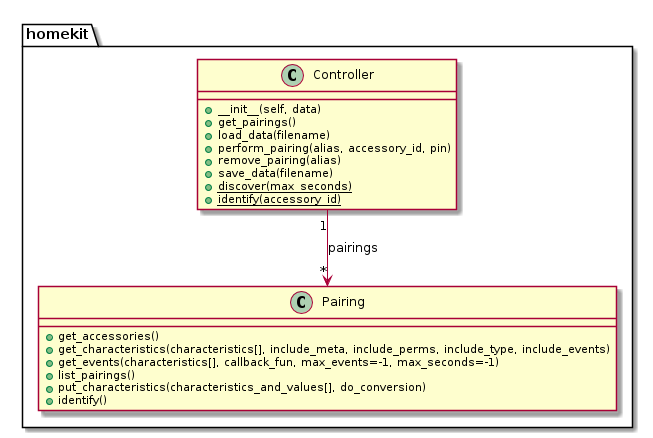
vbsoftpl/homekit_python keeps this PlantUML diagram as doc/controller.png. Above is the earlier version. The source it was exported from:
```plantuml
@startuml


package homekit {
    class AccessoryServer {
        + __init__(self, config_file, logger)
        + publish_device()
        + unpublish_device()
        + shutdown()
        + add_accessory()
        + serve_forever()
    }
    package model {
        package services {
            note as n1
                This package contains all
                services as defined in the
                spec chapter 9.
            end note
            class AbstractService {
                + iid
                + append_characteristic()
            }


            class AccessoryInformationService {
            }

            class LightBulbService {
            }

            AccessoryInformationService -up-|> AbstractService
            LightBulbService -up-|> AbstractService
            GenericService -up-|> AbstractService
        }
        package characteristics {
            note as n2
                This package contains all
                characteristics as defined in the
                spec chapter 8.
            end note

            class AbstractCharacteristic {
                + iid
                + type
                + perms
                + format
                + value
                + ev
                + description
                + unit
                + minValue
                + maxValue
                + minStep
                + maxLen
                + maxDataLen
                + valid_values
                + valid_values_range
                - _set_value_callback
                - _get_value_callback
                + set_set_value_callback(callback)
                + set_get_value_callback(callback)
                + set_events(value)
                + set_value(value)
                + get_value(value)
            }

            class OnCharacteristicMixin {
                + set_on_set_callback()
                + set_on_get_callback()
            }

            OnCharacteristic -up-|> AbstractCharacteristic

            OnCharacteristicMixin -up-> OnCharacteristic : _onCharacteristic

            GenericCharacteristic -up-|> AbstractCharacteristic
            NameCharacteristic -up-|> AbstractCharacteristic
        }

        AccessoryInformationService --> NameCharacteristic
        LightBulbService -up-|> OnCharacteristicMixin

        class Accessory {
            + aid
            + add_service()
        }
    }

    AccessoryServer --> "*" Accessory : accessories
    AbstractService -right-> "1..*" AbstractCharacteristic : characteristics
    Accessory -down-> "*" AbstractService: services

    package exceptions {
        class HomeKitException
        FormatException -up-|> HomeKitException
        class AuthenticationError
        AuthenticationError -up-|> HomeKitException
        class AccessoryNotFoundException
        class UnknownError
        class ConfigSavingException
        ConfigSavingException -up-|> HomeKitException
        class ConfigLoadingException
        ConfigLoadingException -up-|> HomeKitException
        class AlreadyPairedException
        class HomeKitConfigurationException
        HttpException -up-|> HomeKitException
    }
}

class homekit.Pairing {
    + get_accessories()
    + get_characteristics(characteristics[], include_meta, include_perms, include_type, include_events)
    + get_events(characteristics[], callback_fun, max_events=-1, max_seconds=-1)
    + list_pairings()
    + put_characteristics(characteristics_and_values[], do_conversion)
    + identify()
}

class homekit.Controller {
    + __init__(self, data)
    + get_pairings()
    + load_data(filename)
    + perform_pairing(alias, accessory_id, pin)
    + remove_pairing(alias)
    + save_data(filename)
    + {static}discover(max_seconds)
    + {static}identify(accessory_id)
}



homekit.Pairing "*" <-down- "1" homekit.Controller : pairings


class homekit.discover <<(E,#FF7700) executable>> {
    + timeout
}

homekit.discover --> homekit.Controller

class homekit.get_accessories <<(E,#FF7700) executable>> {
    + pairing_data_file
    + alias
    + output_format
}

homekit.get_accessories --> homekit.Controller

class homekit.get_characteristics <<(E,#FF7700) executable>> {
    + pairing_data_file
    + alias
    + characteristics[]
    + meta
    + permissions
    + type
    + events
}

homekit.get_characteristics --> homekit.Controller

class homekit.get_events <<(E,#FF7700) executable>> {
    + pairing_data_file
    + alias
    + characteristics[]
}

homekit.get_events --> homekit.Controller

class homekit.list_pairings <<(E,#FF7700) executable>> {
    + pairing_data_file
    + alias
}

homekit.list_pairings--> homekit.Controller

class homekit.pair <<(E,#FF7700) executable>> {
    + pairing_data_file
    + alias
    + accessory_id
    + pin
}

homekit.pair--> homekit.Controller

class homekit.put_characteristics <<(E,#FF7700) executable>> {
}

homekit.put_characteristics--> homekit.Controller

class homekit.unpair <<(E,#FF7700) executable>> {
    + pairing_data_file
    + alias
}

homekit.unpair --> homekit.Controller


hide <<executable>> methods
hide <<executable>> circle



hide model
hide AccessoryServer
hide exceptions
hide homekit.discover
hide homekit.pair
hide homekit.unpair
hide homekit.get_events
hide homekit.get_accessories
hide homekit.get_characteristics
hide homekit.put_characteristics
hide homekit.list_pairings

@enduml
```
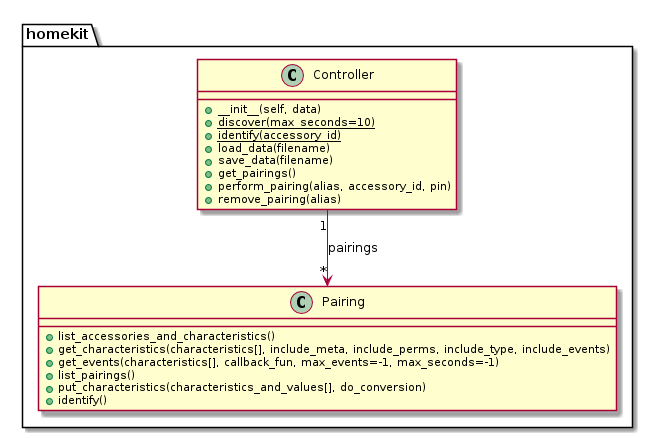
Above is the later version.

Change to the diagram source:
```diff
@@ -9,8 +9,13 @@
         + shutdown()
         + add_accessory()
         + serve_forever()
+        + set_identify_callback(func)
     }
     package model {
+        class FeatureFlags
+
+        class Categories
+
         package services {
             note as n1
                 This package contains all
@@ -40,6 +45,13 @@
                 spec chapter 8.
             end note
 
+            class CharacteristicsTypes {
+                + __get_item__(item)
+                + get_short(uuid)
+                + get_short_uuid(item)
+                + get_uuid(item)
+            }
+
             class AbstractCharacteristic {
                 + iid
                 + type
@@ -63,6 +75,7 @@
                 + set_events(value)
                 + set_value(value)
                 + get_value(value)
+                + get_meta()
             }
 
             class OnCharacteristicMixin {
@@ -83,7 +96,8 @@
 
         class Accessory {
             + aid
-            + add_service()
+            + add_service(service)
+            + set_identify_callback(func)
         }
     }
 
@@ -93,23 +107,34 @@
 
     package exceptions {
         class HomeKitException
-        FormatException -up-|> HomeKitException
-        class AuthenticationError
-        AuthenticationError -up-|> HomeKitException
-        class AccessoryNotFoundException
-        class UnknownError
-        class ConfigSavingException
-        ConfigSavingException -up-|> HomeKitException
-        class ConfigLoadingException
-        ConfigLoadingException -up-|> HomeKitException
-        class AlreadyPairedException
-        class HomeKitConfigurationException
+        ProtocolError -up-|> HomeKitException
+        BusyError -up-|> ProtocolError
+        UnknownError -up-|> ProtocolError
+        MaxTriesError -up-|> ProtocolError
+        UnavailableError -up-|> ProtocolError
+        MaxPeersError -up-|> ProtocolError
+        BackoffError -up-|> ProtocolError
+        AuthenticationError -up-|> ProtocolError
+        InvalidError -up-|> ProtocolError
+        InvalidSignatureError -up-|> ProtocolError
+        IncorrectPairingIdError -up-|> ProtocolError
+        InvalidAuthTagError -up-|> ProtocolError
+
         HttpException -up-|> HomeKitException
+
+        ConfigurationError -up-|> HomeKitException
+        FormatError -up-|> HomeKitException
+        CharacteristicPermissionError -up-|> HomeKitException
+        AccessoryNotFoundError -up-|> HomeKitException
+        ConfigSavingError -up-|> HomeKitException
+        ConfigLoadingError -up-|> HomeKitException
+        UnpairedError -up-|> HomeKitException
+        AlreadyPairedError -up-|> HomeKitException
     }
 }
 
 class homekit.Pairing {
-    + get_accessories()
+    + list_accessories_and_characteristics()
     + get_characteristics(characteristics[], include_meta, include_perms, include_type, include_events)
     + get_events(characteristics[], callback_fun, max_events=-1, max_seconds=-1)
     + list_pairings()
@@ -119,13 +144,13 @@
 
 class homekit.Controller {
     + __init__(self, data)
+    + {static}discover(max_seconds=10)
+    + {static}identify(accessory_id)
+    + load_data(filename)
+    + save_data(filename)
     + get_pairings()
-    + load_data(filename)
     + perform_pairing(alias, accessory_id, pin)
     + remove_pairing(alias)
-    + save_data(filename)
-    + {static}discover(max_seconds)
-    + {static}identify(accessory_id)
 }
 
 
```
